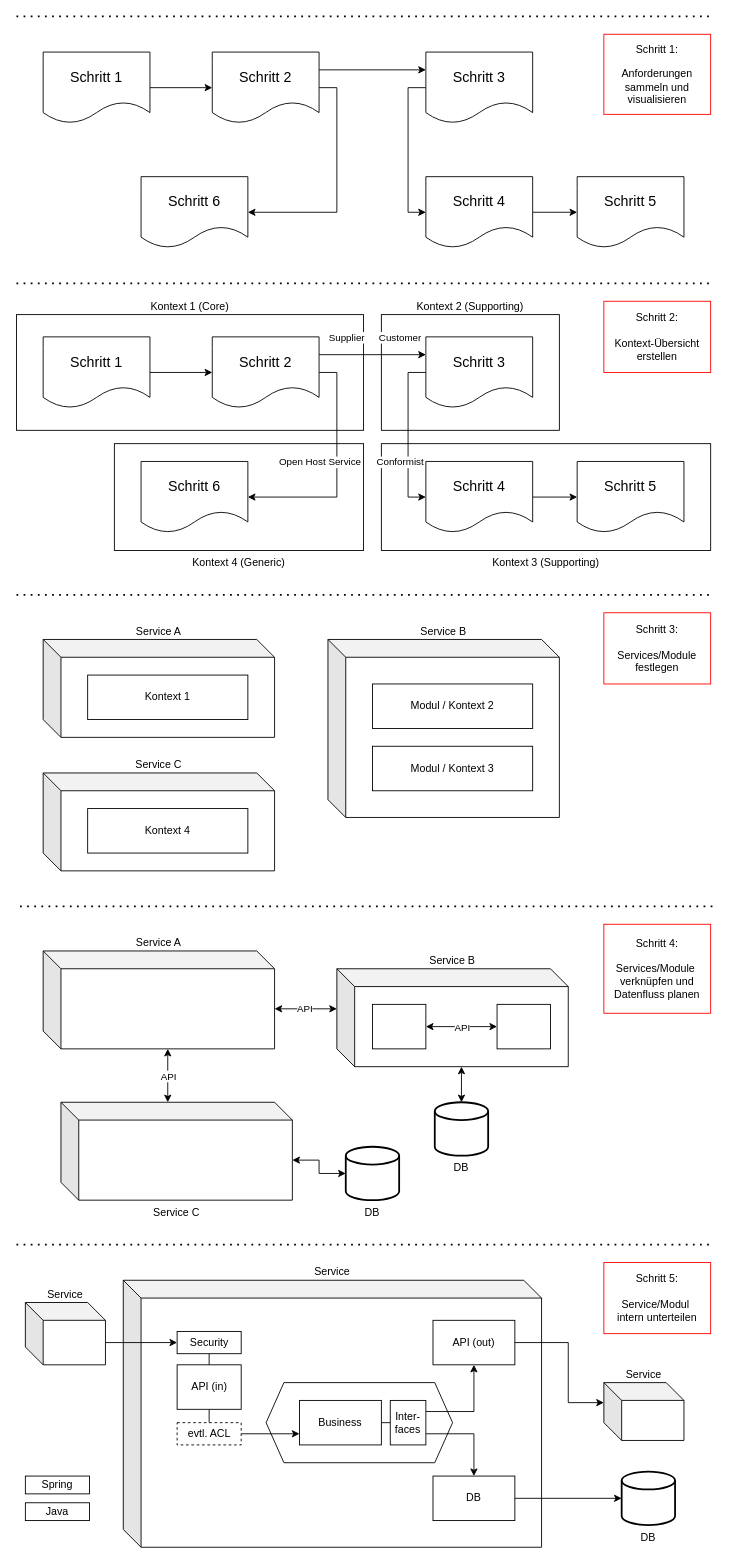
Before: images/project-architecture-guide.drawio in coc-university/software-architecture-guide, a draw.io diagram. Source tidied: cells renumbered, new cells numbered last; positions are measured from the earlier drawing's top-left corner, leaving out a move shared by most shapes. Both pictures are drawn from the tidied source at 89%, with x=0, y=0 at pixel (16, 16).
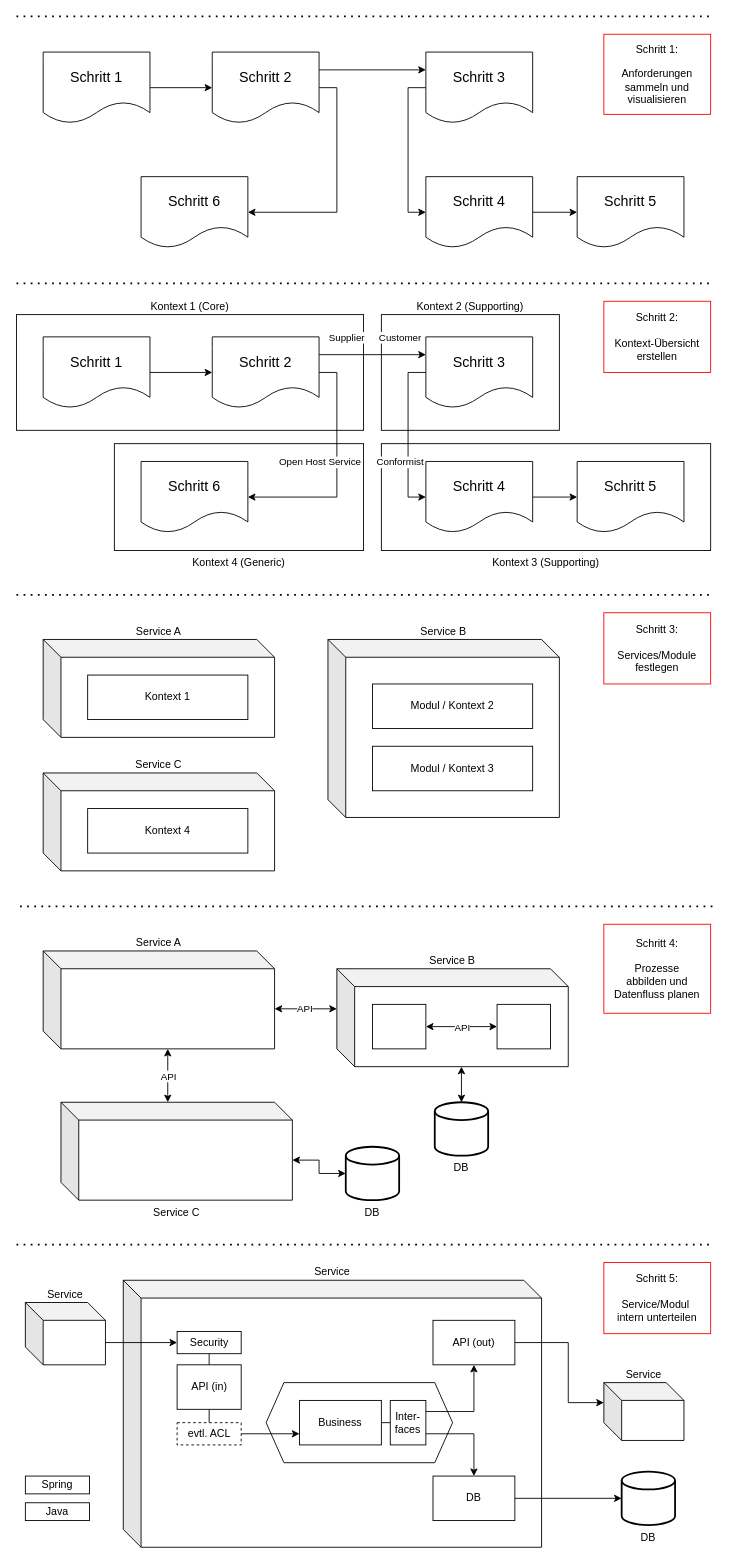
After the change.

Change to the diagram source:
```diff
@@
-    <mxCell id="63" value="&lt;div&gt;Schritt 4:&lt;/div&gt;&lt;div&gt;&lt;br&gt;&lt;/div&gt;Services/Module&amp;nbsp;&lt;div&gt;verknüpfen&amp;nbsp;&lt;span style=&quot;background-color: transparent; color: light-dark(rgb(0, 0, 0), rgb(255, 255, 255));&quot;&gt;und&lt;/span&gt;&lt;div&gt;Datenfluss planen&lt;/div&gt;&lt;/div&gt;" style="rounded=0;whiteSpace=wrap;html=1;strokeColor=#FF0000;" parent="1" vertex="1">
+    <mxCell id="63" value="&lt;div&gt;Schritt 4:&lt;/div&gt;&lt;div&gt;&lt;br&gt;&lt;/div&gt;&lt;span style=&quot;background-color: transparent; color: light-dark(rgb(0, 0, 0), rgb(255, 255, 255));&quot;&gt;Prozesse abbilden&amp;nbsp;&lt;/span&gt;&lt;span style=&quot;background-color: transparent; color: light-dark(rgb(0, 0, 0), rgb(255, 255, 255));&quot;&gt;und&lt;/span&gt;&lt;div&gt;&lt;div&gt;Datenfluss planen&lt;/div&gt;&lt;/div&gt;" style="rounded=0;whiteSpace=wrap;html=1;strokeColor=#FF0000;" parent="1" vertex="1">
       <mxGeometry x="660" y="1020" width="120" height="100" as="geometry" />
     </mxCell>
```
